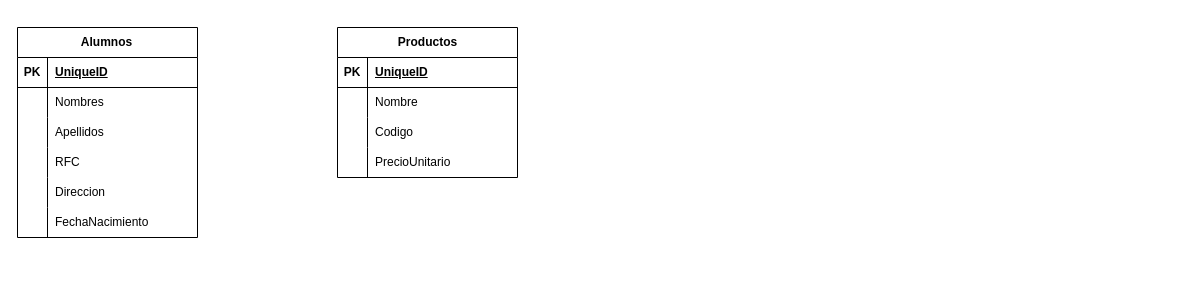
This is Diagrama sin título.drawio from ErickCst/basesDatos, a draw.io file, before an edit. Source tidied: cells renumbered, new cells numbered last; positions are measured from the earlier drawing's top-left corner, leaving out a move shared by most shapes. Both pictures are drawn from the tidied source at 100%, with x=0, y=0 at pixel (17, 27).
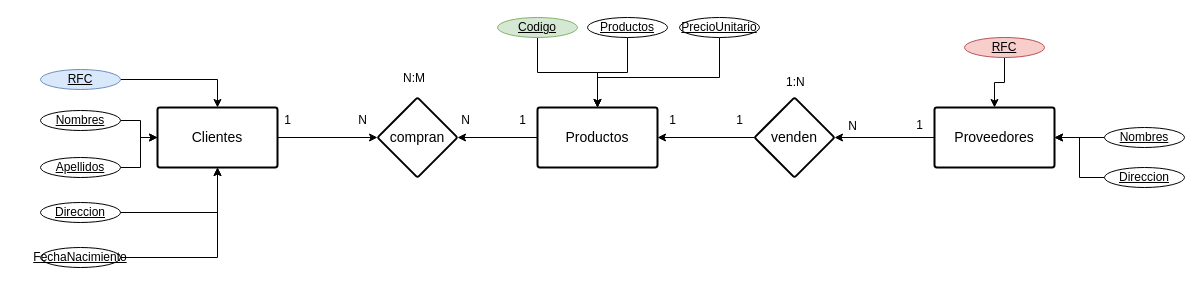
Above is the later version.

What changed in the source:
```diff
@@
-    <mxCell id="2" value="Alumnos&lt;span style=&quot;white-space: pre;&quot;&gt;&#9;&lt;/span&gt;" style="shape=table;startSize=30;childLayout=tableLayout;rowLines=0;fontStyle=1;align=center;html=1;" parent="1" vertex="1">
-      <mxGeometry width="180" height="210" as="geometry" />
-    </mxCell>
-    <mxCell id="3" style="shape=tableRow;horizontal=0;startSize=0;swimlaneHead=0;swimlaneBody=0;fillColor=none;top=0;left=0;right=0;bottom=1;" parent="2" vertex="1">
-      <mxGeometry y="30" width="180" height="30" as="geometry" />
-    </mxCell>
-    <mxCell id="4" value="PK" style="shape=partialRectangle;fillColor=none;top=0;left=0;bottom=0;right=0;fontStyle=1;overflow=hidden;whiteSpace=wrap;html=1;" parent="3" vertex="1">
-      <mxGeometry width="30" height="30" as="geometry" />
-    </mxCell>
-    <mxCell id="5" value="UniqueID" style="shape=partialRectangle;fillColor=none;top=0;left=0;bottom=0;right=0;align=left;spacingLeft=6;fontStyle=5;overflow=hidden;whiteSpace=wrap;html=1;" parent="3" vertex="1">
-      <mxGeometry x="30" width="150" height="30" as="geometry" />
-    </mxCell>
-    <mxCell id="6" style="shape=tableRow;horizontal=0;startSize=0;swimlaneHead=0;swimlaneBody=0;fillColor=none;top=0;left=0;right=0;bottom=0;" parent="2" vertex="1">
-      <mxGeometry y="60" width="180" height="30" as="geometry" />
-    </mxCell>
-    <mxCell id="7" style="shape=partialRectangle;fillColor=none;top=0;left=0;bottom=0;right=0;overflow=hidden;whiteSpace=wrap;html=1;" parent="6" vertex="1">
-      <mxGeometry width="30" height="30" as="geometry" />
-    </mxCell>
-    <mxCell id="8" value="Nombres" style="shape=partialRectangle;fillColor=none;top=0;left=0;bottom=0;right=0;align=left;spacingLeft=6;overflow=hidden;whiteSpace=wrap;html=1;" parent="6" vertex="1">
-      <mxGeometry x="30" width="150" height="30" as="geometry" />
-    </mxCell>
-    <mxCell id="9" style="shape=tableRow;horizontal=0;startSize=0;swimlaneHead=0;swimlaneBody=0;fillColor=none;top=0;left=0;right=0;bottom=0;" parent="2" vertex="1">
-      <mxGeometry y="90" width="180" height="30" as="geometry" />
-    </mxCell>
-    <mxCell id="10" style="shape=partialRectangle;fillColor=none;top=0;left=0;bottom=0;right=0;overflow=hidden;whiteSpace=wrap;html=1;" parent="9" vertex="1">
-      <mxGeometry width="30" height="30" as="geometry" />
-    </mxCell>
+    <mxCell id="34" style="edgeStyle=orthogonalEdgeStyle;rounded=0;jettySize=auto;html=1;" parent="1" edge="1" source="35" target="44">
+      <mxGeometry relative="1" as="geometry" />
+    </mxCell>
+    <mxCell id="35" value="RFC" style="ellipse;whiteSpace=wrap;html=1;align=center;fontStyle=4;fillColor=#dae8fc;strokeColor=#6c8ebf;" parent="1" vertex="1">
+      <mxGeometry x="23" y="42" width="80" height="20" as="geometry" />
+    </mxCell>
+    <mxCell id="36" style="edgeStyle=orthogonalEdgeStyle;rounded=0;jettySize=auto;html=1;" parent="1" edge="1" source="44" target="38">
+      <mxGeometry relative="1" as="geometry" />
+    </mxCell>
+    <mxCell id="37" style="edgeStyle=orthogonalEdgeStyle;rounded=0;jettySize=auto;html=1;" parent="1" edge="1" source="40" target="38">
+      <mxGeometry relative="1" as="geometry" />
+    </mxCell>
+    <mxCell id="38" value="compran" style="rhombus;whiteSpace=wrap;html=1;fontSize=14;fontStyle=0;startSize=50;rounded=1;strokeWidth=2;shadow=0;dashed=0;arcSize=4;" parent="1" vertex="1">
+      <mxGeometry x="360" y="70" width="80" height="80" as="geometry" />
+    </mxCell>
+    <mxCell id="39" style="edgeStyle=orthogonalEdgeStyle;rounded=0;jettySize=auto;html=1;" parent="1" edge="1" source="42" target="40">
+      <mxGeometry relative="1" as="geometry" />
+    </mxCell>
+    <mxCell id="40" value="Productos" style="whiteSpace=wrap;html=1;fontSize=14;fontStyle=0;startSize=50;rounded=1;strokeWidth=2;shadow=0;dashed=0;arcSize=4;" parent="1" vertex="1">
+      <mxGeometry x="520" y="80" width="120" height="60" as="geometry" />
+    </mxCell>
+    <mxCell id="41" style="edgeStyle=orthogonalEdgeStyle;rounded=0;jettySize=auto;html=1;" parent="1" edge="1" source="43" target="42">
+      <mxGeometry relative="1" as="geometry" />
+    </mxCell>
+    <mxCell id="42" value="venden" style="rhombus;whiteSpace=wrap;html=1;fontSize=14;fontStyle=0;startSize=50;rounded=1;strokeWidth=2;shadow=0;dashed=0;arcSize=4;" parent="1" vertex="1">
+      <mxGeometry x="737" y="70" width="80" height="80" as="geometry" />
+    </mxCell>
+    <mxCell id="43" value="Proveedores" style="whiteSpace=wrap;html=1;fontSize=14;fontStyle=0;startSize=50;rounded=1;strokeWidth=2;shadow=0;dashed=0;arcSize=4;" parent="1" vertex="1">
+      <mxGeometry x="917" y="80" width="120" height="60" as="geometry" />
+    </mxCell>
+    <mxCell id="44" value="Clientes" style="whiteSpace=wrap;html=1;fontSize=14;fontStyle=0;startSize=50;rounded=1;strokeWidth=2;shadow=0;dashed=0;arcSize=4;" parent="1" vertex="1">
+      <mxGeometry x="140" y="80" width="120" height="60" as="geometry" />
+    </mxCell>
+    <mxCell id="45" value="1" style="text;html=1;align=center;verticalAlign=middle;strokeColor=none;fillColor=none;" parent="1" vertex="1">
+      <mxGeometry x="255" y="78" width="30" height="30" as="geometry" />
+    </mxCell>
+    <mxCell id="46" style="edgeStyle=orthogonalEdgeStyle;rounded=0;jettySize=auto;html=1;" parent="1" edge="1" source="20" target="44">
+      <mxGeometry relative="1" as="geometry" />
+    </mxCell>
+    <mxCell id="20" value="FechaNacimiento" style="ellipse;whiteSpace=wrap;html=1;align=center;fontStyle=4;" parent="1" vertex="1">
+      <mxGeometry x="23" y="220" width="80" height="20" as="geometry" />
+    </mxCell>
+    <mxCell id="47" style="edgeStyle=orthogonalEdgeStyle;rounded=0;jettySize=auto;html=1;" parent="1" edge="1" source="48" target="44">
+      <mxGeometry relative="1" as="geometry" />
+    </mxCell>
+    <mxCell id="48" value="Direccion" style="ellipse;whiteSpace=wrap;html=1;align=center;fontStyle=4;" parent="1" vertex="1">
+      <mxGeometry x="23" y="175" width="80" height="20" as="geometry" />
+    </mxCell>
+    <mxCell id="49" style="edgeStyle=orthogonalEdgeStyle;rounded=0;jettySize=auto;html=1;" parent="1" edge="1" source="11" target="44">
+      <mxGeometry relative="1" as="geometry" />
+    </mxCell>
-    <mxCell id="11" value="Apellidos" style="shape=partialRectangle;fillColor=none;top=0;left=0;bottom=0;right=0;align=left;spacingLeft=6;overflow=hidden;whiteSpace=wrap;html=1;" parent="9" vertex="1">
-      <mxGeometry x="30" width="150" height="30" as="geometry" />
+    <mxCell id="11" value="Apellidos&lt;br&gt;" style="ellipse;whiteSpace=wrap;html=1;align=center;fontStyle=4;" parent="1" vertex="1">
+      <mxGeometry x="23" y="130" width="80" height="20" as="geometry" />
     </mxCell>
-    <mxCell id="12" style="shape=tableRow;horizontal=0;startSize=0;swimlaneHead=0;swimlaneBody=0;fillColor=none;top=0;left=0;right=0;bottom=0;" parent="2" vertex="1">
-      <mxGeometry y="120" width="180" height="30" as="geometry" />
-    </mxCell>
-    <mxCell id="13" style="shape=partialRectangle;fillColor=none;top=0;left=0;bottom=0;right=0;overflow=hidden;whiteSpace=wrap;html=1;" parent="12" vertex="1">
-      <mxGeometry width="30" height="30" as="geometry" />
-    </mxCell>
-    <mxCell id="14" value="RFC" style="shape=partialRectangle;fillColor=none;top=0;left=0;bottom=0;right=0;align=left;spacingLeft=6;overflow=hidden;whiteSpace=wrap;html=1;" parent="12" vertex="1">
-      <mxGeometry x="30" width="150" height="30" as="geometry" />
-    </mxCell>
-    <mxCell id="15" style="shape=tableRow;horizontal=0;startSize=0;swimlaneHead=0;swimlaneBody=0;fillColor=none;top=0;left=0;right=0;bottom=0;" parent="2" vertex="1">
-      <mxGeometry y="150" width="180" height="30" as="geometry" />
-    </mxCell>
-    <mxCell id="16" style="shape=partialRectangle;fillColor=none;top=0;left=0;bottom=0;right=0;overflow=hidden;whiteSpace=wrap;html=1;" parent="15" vertex="1">
-      <mxGeometry width="30" height="30" as="geometry" />
-    </mxCell>
-    <mxCell id="17" value="Direccion" style="shape=partialRectangle;fillColor=none;top=0;left=0;bottom=0;right=0;align=left;spacingLeft=6;overflow=hidden;whiteSpace=wrap;html=1;" parent="15" vertex="1">
-      <mxGeometry x="30" width="150" height="30" as="geometry" />
-    </mxCell>
-    <mxCell id="18" style="shape=tableRow;horizontal=0;startSize=0;swimlaneHead=0;swimlaneBody=0;fillColor=none;top=0;left=0;right=0;bottom=0;" parent="2" vertex="1">
-      <mxGeometry y="180" width="180" height="30" as="geometry" />
-    </mxCell>
-    <mxCell id="19" style="shape=partialRectangle;fillColor=none;top=0;left=0;bottom=0;right=0;overflow=hidden;whiteSpace=wrap;html=1;" parent="18" vertex="1">
-      <mxGeometry width="30" height="30" as="geometry" />
-    </mxCell>
-    <mxCell id="20" value="FechaNacimiento" style="shape=partialRectangle;fillColor=none;top=0;left=0;bottom=0;right=0;align=left;spacingLeft=6;overflow=hidden;whiteSpace=wrap;html=1;" parent="18" vertex="1">
-      <mxGeometry x="30" width="150" height="30" as="geometry" />
-    </mxCell>
-    <mxCell id="21" value="Productos" style="shape=table;startSize=30;childLayout=tableLayout;rowLines=0;fontStyle=1;align=center;html=1;" parent="1" vertex="1">
-      <mxGeometry x="320" width="180" height="150" as="geometry" />
-    </mxCell>
-    <mxCell id="22" style="shape=tableRow;horizontal=0;startSize=0;swimlaneHead=0;swimlaneBody=0;fillColor=none;top=0;left=0;right=0;bottom=1;" parent="21" vertex="1">
-      <mxGeometry y="30" width="180" height="30" as="geometry" />
-    </mxCell>
-    <mxCell id="23" value="PK" style="shape=partialRectangle;fillColor=none;top=0;left=0;bottom=0;right=0;fontStyle=1;overflow=hidden;whiteSpace=wrap;html=1;" parent="22" vertex="1">
-      <mxGeometry width="30" height="30" as="geometry" />
-    </mxCell>
-    <mxCell id="24" value="UniqueID" style="shape=partialRectangle;fillColor=none;top=0;left=0;bottom=0;right=0;align=left;spacingLeft=6;fontStyle=5;overflow=hidden;whiteSpace=wrap;html=1;" parent="22" vertex="1">
-      <mxGeometry x="30" width="150" height="30" as="geometry" />
-    </mxCell>
-    <mxCell id="25" style="shape=tableRow;horizontal=0;startSize=0;swimlaneHead=0;swimlaneBody=0;fillColor=none;top=0;left=0;right=0;bottom=0;" parent="21" vertex="1">
-      <mxGeometry y="60" width="180" height="30" as="geometry" />
-    </mxCell>
-    <mxCell id="26" style="shape=partialRectangle;fillColor=none;top=0;left=0;bottom=0;right=0;overflow=hidden;whiteSpace=wrap;html=1;" parent="25" vertex="1">
-      <mxGeometry width="30" height="30" as="geometry" />
-    </mxCell>
-    <mxCell id="27" value="Nombre" style="shape=partialRectangle;fillColor=none;top=0;left=0;bottom=0;right=0;align=left;spacingLeft=6;overflow=hidden;whiteSpace=wrap;html=1;" parent="25" vertex="1">
-      <mxGeometry x="30" width="150" height="30" as="geometry" />
-    </mxCell>
-    <mxCell id="28" style="shape=tableRow;horizontal=0;startSize=0;swimlaneHead=0;swimlaneBody=0;fillColor=none;top=0;left=0;right=0;bottom=0;" parent="21" vertex="1">
-      <mxGeometry y="90" width="180" height="30" as="geometry" />
-    </mxCell>
-    <mxCell id="29" style="shape=partialRectangle;fillColor=none;top=0;left=0;bottom=0;right=0;overflow=hidden;whiteSpace=wrap;html=1;" parent="28" vertex="1">
-      <mxGeometry width="30" height="30" as="geometry" />
-    </mxCell>
+    <mxCell id="50" style="edgeStyle=orthogonalEdgeStyle;rounded=0;jettySize=auto;html=1;" parent="1" edge="1" source="51" target="44">
+      <mxGeometry relative="1" as="geometry" />
+    </mxCell>
+    <mxCell id="51" value="Nombres" style="ellipse;whiteSpace=wrap;html=1;align=center;fontStyle=4;" parent="1" vertex="1">
+      <mxGeometry x="23" y="83" width="80" height="20" as="geometry" />
+    </mxCell>
+    <mxCell id="52" style="edgeStyle=orthogonalEdgeStyle;rounded=0;jettySize=auto;html=1;" parent="1" edge="1" source="53" target="43">
+      <mxGeometry relative="1" as="geometry" />
+    </mxCell>
+    <mxCell id="53" value="Direccion" style="ellipse;whiteSpace=wrap;html=1;align=center;fontStyle=4;" parent="1" vertex="1">
+      <mxGeometry x="1087" y="140" width="80" height="20" as="geometry" />
+    </mxCell>
+    <mxCell id="54" style="edgeStyle=orthogonalEdgeStyle;rounded=0;jettySize=auto;html=1;" parent="1" edge="1" source="55" target="43">
+      <mxGeometry relative="1" as="geometry" />
+    </mxCell>
+    <mxCell id="55" value="Nombres" style="ellipse;whiteSpace=wrap;html=1;align=center;fontStyle=4;" parent="1" vertex="1">
+      <mxGeometry x="1087" y="100" width="80" height="20" as="geometry" />
+    </mxCell>
+    <mxCell id="56" style="edgeStyle=orthogonalEdgeStyle;rounded=0;jettySize=auto;html=1;" parent="1" edge="1" source="57" target="43">
+      <mxGeometry relative="1" as="geometry" />
+    </mxCell>
+    <mxCell id="57" value="RFC" style="ellipse;whiteSpace=wrap;html=1;align=center;fontStyle=4;fillColor=#f8cecc;strokeColor=#b85450;" parent="1" vertex="1">
+      <mxGeometry x="947" y="10" width="80" height="20" as="geometry" />
+    </mxCell>
+    <mxCell id="58" style="edgeStyle=orthogonalEdgeStyle;rounded=0;jettySize=auto;html=1;" parent="1" edge="1" source="30" target="40">
+      <mxGeometry relative="1" as="geometry" />
+    </mxCell>
-    <mxCell id="30" value="Codigo" style="shape=partialRectangle;fillColor=none;top=0;left=0;bottom=0;right=0;align=left;spacingLeft=6;overflow=hidden;whiteSpace=wrap;html=1;" parent="28" vertex="1">
-      <mxGeometry x="30" width="150" height="30" as="geometry" />
+    <mxCell id="30" value="Codigo" style="ellipse;whiteSpace=wrap;html=1;align=center;fontStyle=4;fillColor=#d5e8d4;strokeColor=#82b366;" parent="1" vertex="1">
+      <mxGeometry x="480" y="-10" width="80" height="20" as="geometry" />
     </mxCell>
-    <mxCell id="31" style="shape=tableRow;horizontal=0;startSize=0;swimlaneHead=0;swimlaneBody=0;fillColor=none;top=0;left=0;right=0;bottom=0;" parent="21" vertex="1">
-      <mxGeometry y="120" width="180" height="30" as="geometry" />
-    </mxCell>
-    <mxCell id="32" style="shape=partialRectangle;fillColor=none;top=0;left=0;bottom=0;right=0;overflow=hidden;whiteSpace=wrap;html=1;" parent="31" vertex="1">
-      <mxGeometry width="30" height="30" as="geometry" />
-    </mxCell>
+    <mxCell id="59" style="edgeStyle=orthogonalEdgeStyle;rounded=0;jettySize=auto;html=1;" parent="1" edge="1" source="60" target="40">
+      <mxGeometry relative="1" as="geometry" />
+    </mxCell>
+    <mxCell id="60" value="Productos" style="ellipse;whiteSpace=wrap;html=1;align=center;fontStyle=4;" parent="1" vertex="1">
+      <mxGeometry x="570" y="-10" width="80" height="20" as="geometry" />
+    </mxCell>
+    <mxCell id="61" style="edgeStyle=orthogonalEdgeStyle;rounded=0;jettySize=auto;html=1;" parent="1" edge="1" source="33" target="40">
+      <mxGeometry relative="1" as="geometry">
+        <Array as="points">
+          <mxPoint x="702" y="50" />
+          <mxPoint x="580" y="50" />
+        </Array>
+      </mxGeometry>
+    </mxCell>
-    <mxCell id="33" value="PrecioUnitario" style="shape=partialRectangle;fillColor=none;top=0;left=0;bottom=0;right=0;align=left;spacingLeft=6;overflow=hidden;whiteSpace=wrap;html=1;" parent="31" vertex="1">
-      <mxGeometry x="30" width="150" height="30" as="geometry" />
+    <mxCell id="33" value="PrecioUnitario" style="ellipse;whiteSpace=wrap;html=1;align=center;fontStyle=4;" parent="1" vertex="1">
+      <mxGeometry x="662" y="-10" width="80" height="20" as="geometry" />
     </mxCell>
+    <mxCell id="62" value="N:M" style="text;strokeColor=none;fillColor=none;spacingLeft=4;spacingRight=4;overflow=hidden;fontSize=12;whiteSpace=wrap;html=1;" parent="1" vertex="1">
+      <mxGeometry x="380" y="37" width="40" height="30" as="geometry" />
+    </mxCell>
+    <mxCell id="63" value="N" style="text;html=1;align=center;verticalAlign=middle;strokeColor=none;fillColor=none;" parent="1" vertex="1">
+      <mxGeometry x="330" y="78" width="30" height="30" as="geometry" />
+    </mxCell>
+    <mxCell id="64" value="N" style="text;html=1;align=center;verticalAlign=middle;strokeColor=none;fillColor=none;" parent="1" vertex="1">
+      <mxGeometry x="433" y="78" width="30" height="30" as="geometry" />
+    </mxCell>
+    <mxCell id="65" value="1" style="text;html=1;align=center;verticalAlign=middle;strokeColor=none;fillColor=none;" parent="1" vertex="1">
+      <mxGeometry x="490" y="78" width="30" height="30" as="geometry" />
+    </mxCell>
+    <mxCell id="66" value="1" style="text;html=1;align=center;verticalAlign=middle;strokeColor=none;fillColor=none;" parent="1" vertex="1">
+      <mxGeometry x="887" y="83" width="30" height="30" as="geometry" />
+    </mxCell>
+    <mxCell id="67" value="N" style="text;html=1;align=center;verticalAlign=middle;strokeColor=none;fillColor=none;" parent="1" vertex="1">
+      <mxGeometry x="820" y="84" width="30" height="30" as="geometry" />
+    </mxCell>
+    <mxCell id="68" value="1" style="text;html=1;align=center;verticalAlign=middle;strokeColor=none;fillColor=none;" parent="1" vertex="1">
+      <mxGeometry x="707" y="78" width="30" height="30" as="geometry" />
+    </mxCell>
+    <mxCell id="69" value="1" style="text;html=1;align=center;verticalAlign=middle;strokeColor=none;fillColor=none;" parent="1" vertex="1">
+      <mxGeometry x="640" y="78" width="30" height="30" as="geometry" />
+    </mxCell>
+    <mxCell id="70" value="1:N" style="text;strokeColor=none;fillColor=none;spacingLeft=4;spacingRight=4;overflow=hidden;fontSize=12;whiteSpace=wrap;html=1;" parent="1" vertex="1">
+      <mxGeometry x="763" y="41" width="40" height="30" as="geometry" />
+    </mxCell>
```
